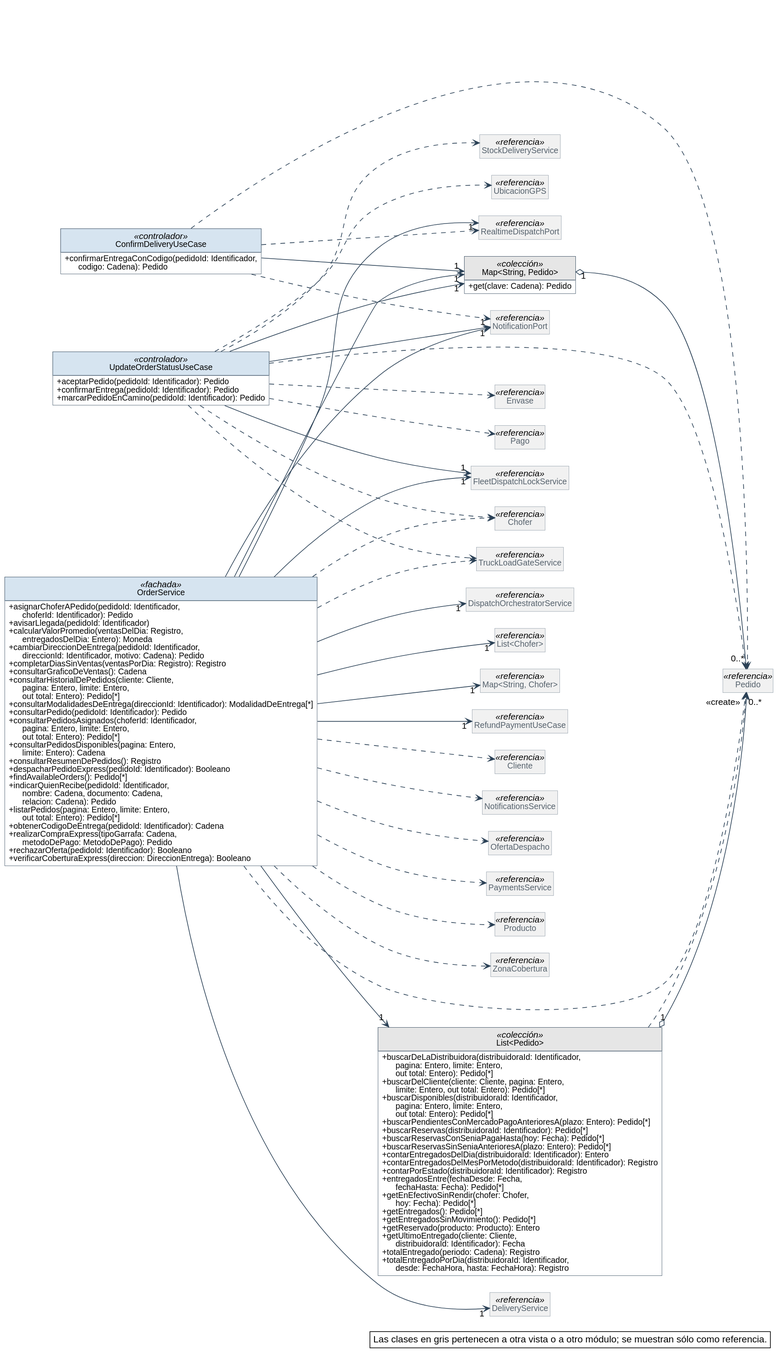
This is diagramas/clases-diseno/DC_Mod_Pedidos-estado.svg from Nahuelito-Dev/splg-docs, a PlantUML export, as it was before one commit.
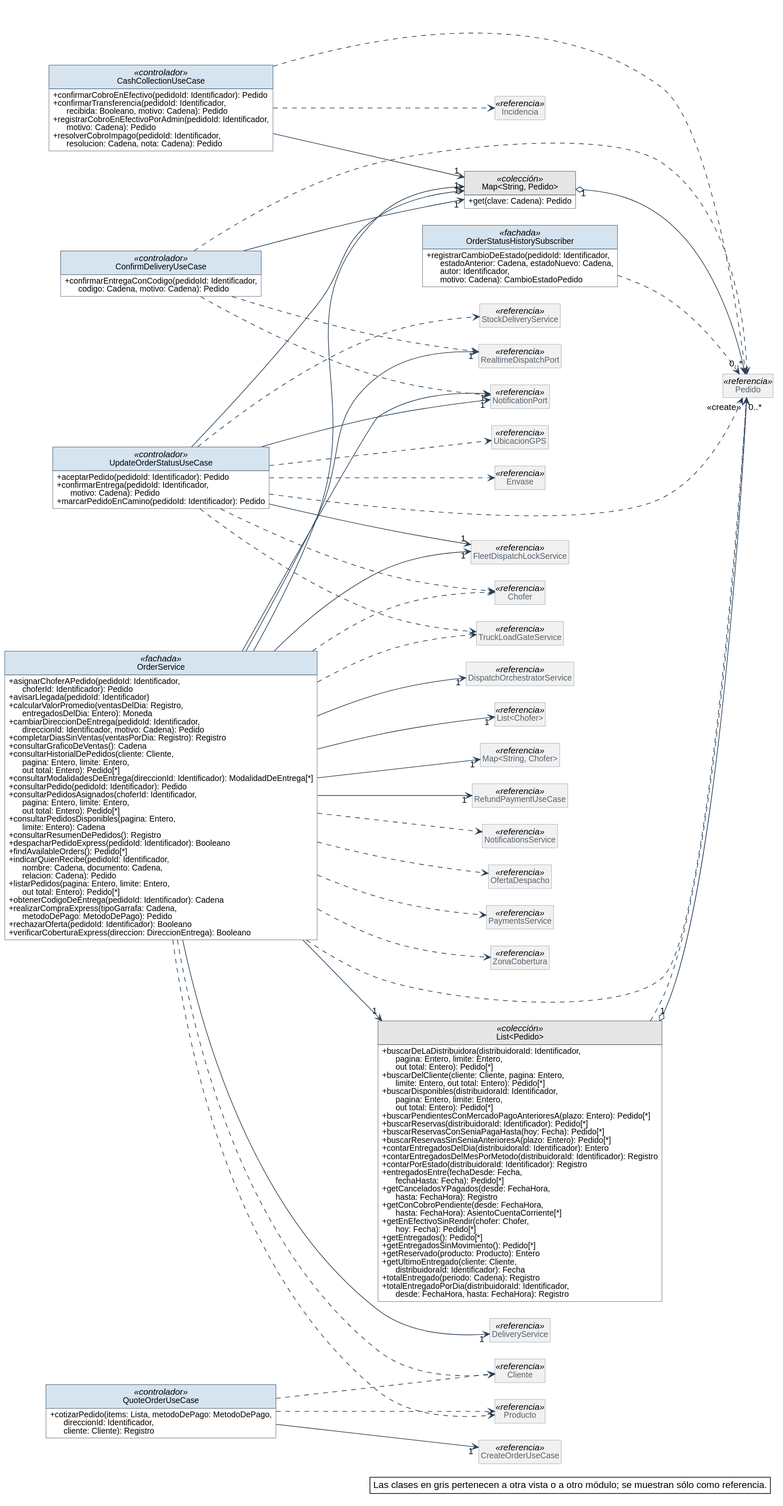
The same diagram one commit later.

The edit, as a diff of the source:
```diff
@@ -84,11 +84,23 @@
 }
 class UpdateOrderStatusUseCase <<controlador>> {
   + aceptarPedido(pedidoId: Identificador): Pedido
-  + confirmarEntrega(pedidoId: Identificador): Pedido
+  + confirmarEntrega(pedidoId: Identificador,\n      motivo: Cadena): Pedido
   + marcarPedidoEnCamino(pedidoId: Identificador): Pedido
 }
 class ConfirmDeliveryUseCase <<controlador>> {
-  + confirmarEntregaConCodigo(pedidoId: Identificador,\n      codigo: Cadena): Pedido
+  + confirmarEntregaConCodigo(pedidoId: Identificador,\n      codigo: Cadena, motivo: Cadena): Pedido
+}
+class CashCollectionUseCase <<controlador>> {
+  + confirmarCobroEnEfectivo(pedidoId: Identificador): Pedido
+  + confirmarTransferencia(pedidoId: Identificador,\n      recibida: Booleano, motivo: Cadena): Pedido
+  + registrarCobroEnEfectivoPorAdmin(pedidoId: Identificador,\n      motivo: Cadena): Pedido
+  + resolverCobroImpago(pedidoId: Identificador,\n      resolucion: Cadena, nota: Cadena): Pedido
+}
+class QuoteOrderUseCase <<controlador>> {
+  + cotizarPedido(items: Lista, metodoDePago: MetodoDePago,\n      direccionId: Identificador,\n      cliente: Cliente): Registro
+}
+class OrderStatusHistorySubscriber <<fachada>> {
+  + registrarCambioDeEstado(pedidoId: Identificador,\n      estadoAnterior: Cadena, estadoNuevo: Cadena,\n      autor: Identificador,\n      motivo: Cadena): CambioEstadoPedido
 }
 class "Map<String, Pedido>" as Map_String_Pedido <<colección>> {
   + get(clave: Cadena): Pedido
@@ -105,6 +117,8 @@
   + contarEntregadosDelMesPorMetodo(distribuidoraId: Identificador): Registro
   + contarPorEstado(distribuidoraId: Identificador): Registro
   + entregadosEntre(fechaDesde: Fecha,\n      fechaHasta: Fecha): Pedido[*]
+  + getCanceladosYPagados(desde: FechaHora,\n      hasta: FechaHora): Registro
+  + getConCobroPendiente(desde: FechaHora,\n      hasta: FechaHora): AsientoCuentaCorriente[*]
   + getEnEfectivoSinRendir(chofer: Chofer,\n      hoy: Fecha): Pedido[*]
   + getEntregados(): Pedido[*]
   + getEntregadosSinMovimiento(): Pedido[*]
@@ -122,6 +136,8 @@
 class NotificationPort <<referencia>>
 class RealtimeDispatchPort <<referencia>>
 class RefundPaymentUseCase <<referencia>>
+class CreateOrderUseCase <<referencia>>
+class Incidencia <<referencia>>
 class Chofer <<referencia>>
 class Cliente <<referencia>>
 class NotificationsService <<referencia>>
@@ -131,12 +147,12 @@
 class TruckLoadGateService <<referencia>>
 class ZonaCobertura <<referencia>>
 class Envase <<referencia>>
-class Pago <<referencia>>
 class StockDeliveryService <<referencia>>
 class UbicacionGPS <<referencia>>
 
 Map_String_Pedido "1" o--> "0..*" Pedido
 List_Pedido "1" o--> "0..*" Pedido
+CashCollectionUseCase --> "1" Map_String_Pedido
 ConfirmDeliveryUseCase --> "1" Map_String_Pedido
 OrderService --> "1" DeliveryService
 OrderService --> "1" DispatchOrchestratorService
@@ -148,9 +164,12 @@
 OrderService --> "1" NotificationPort
 OrderService --> "1" RealtimeDispatchPort
 OrderService --> "1" RefundPaymentUseCase
+QuoteOrderUseCase --> "1" CreateOrderUseCase
 UpdateOrderStatusUseCase --> "1" FleetDispatchLockService
 UpdateOrderStatusUseCase --> "1" Map_String_Pedido
 UpdateOrderStatusUseCase --> "1" NotificationPort
+CashCollectionUseCase ..> Incidencia
+CashCollectionUseCase ..> Pedido
 ConfirmDeliveryUseCase ..> NotificationPort
 ConfirmDeliveryUseCase ..> Pedido
 ConfirmDeliveryUseCase ..> RealtimeDispatchPort
@@ -164,9 +183,11 @@
 OrderService ..> Producto
 OrderService ..> TruckLoadGateService
 OrderService ..> ZonaCobertura
+OrderStatusHistorySubscriber ..> Pedido
+QuoteOrderUseCase ..> Cliente
+QuoteOrderUseCase ..> Producto
 UpdateOrderStatusUseCase ..> Chofer
 UpdateOrderStatusUseCase ..> Envase
-UpdateOrderStatusUseCase ..> Pago
 UpdateOrderStatusUseCase ..> Pedido
 UpdateOrderStatusUseCase ..> StockDeliveryService
 UpdateOrderStatusUseCase ..> TruckLoadGateService
```
